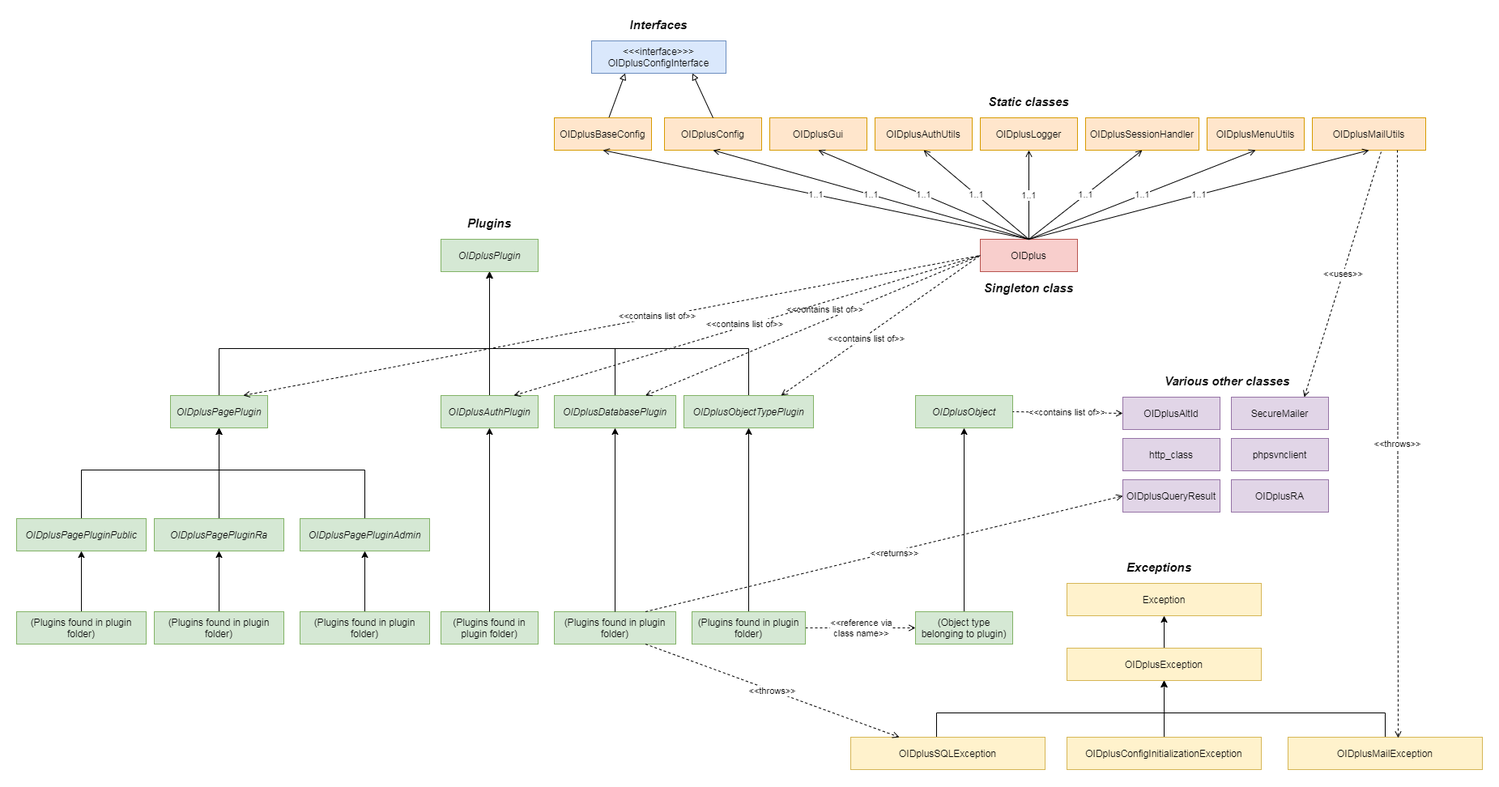
This is includes/classes/class_diagram.png from danielmarschall/oidplus, a draw.io export, as it was before one commit. Source tidied: cells renumbered, new cells last; positions are measured from the earlier drawing's top-left corner, leaving out a move shared by most shapes.
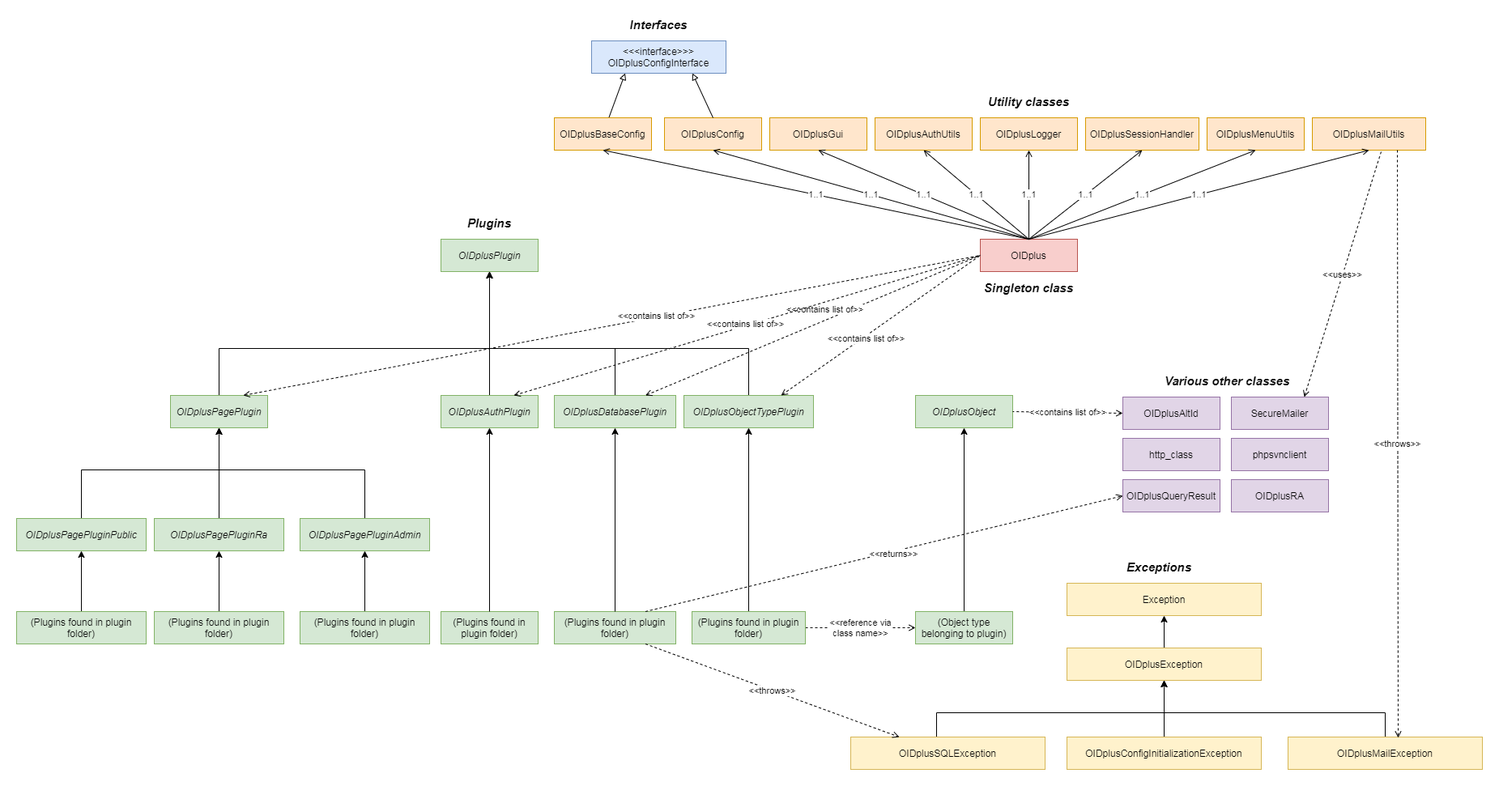
The same diagram one commit later.

What changed in the source:
```diff
@@ -262,8 +262,8 @@
     <mxCell id="73" value="(Plugins found in plugin folder)" style="rounded=0;whiteSpace=wrap;html=1;fillColor=#d5e8d4;strokeColor=#82b366;" parent="1" vertex="1">
       <mxGeometry x="350" y="735" width="160" height="40" as="geometry" />
     </mxCell>
-    <mxCell id="74" value="Static classes" style="text;html=1;strokeColor=none;fillColor=none;align=center;verticalAlign=middle;whiteSpace=wrap;rounded=0;fontStyle=3;fontSize=15;" parent="1" vertex="1">
-      <mxGeometry x="1180" y="95" width="140" height="20" as="geometry" />
+    <mxCell id="74" value="Utility classes" style="text;html=1;strokeColor=none;fillColor=none;align=center;verticalAlign=middle;whiteSpace=wrap;rounded=0;fontStyle=3;fontSize=15;" parent="1" vertex="1">
+      <mxGeometry x="970" y="95" width="560" height="20" as="geometry" />
     </mxCell>
     <mxCell id="75" value="&lt;div&gt;http_class&lt;/div&gt;" style="rounded=0;whiteSpace=wrap;html=1;fillColor=#e1d5e7;strokeColor=#9673a6;" parent="1" vertex="1">
       <mxGeometry x="1366" y="521" width="120" height="40" as="geometry" />
```
